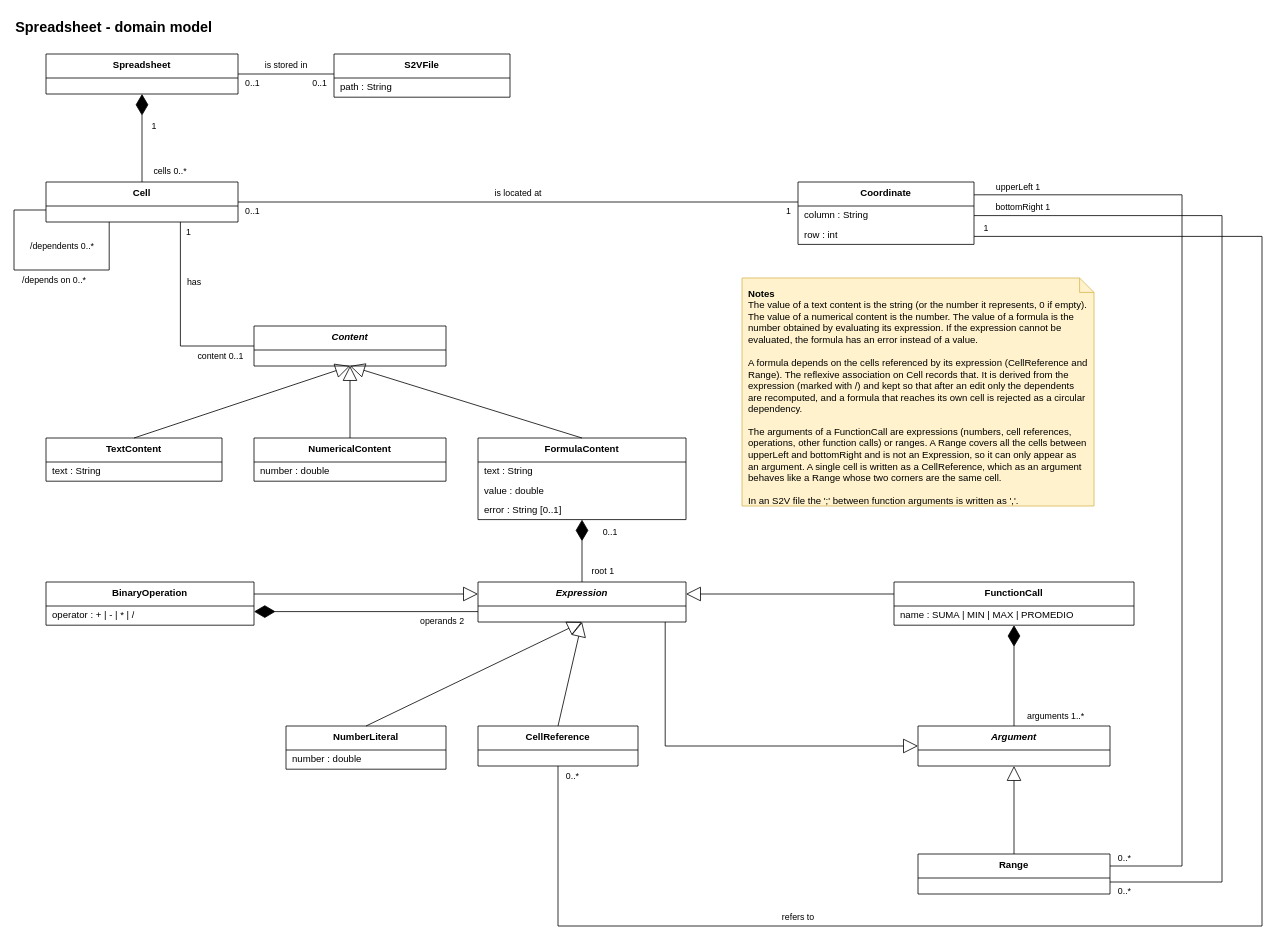
The draw.io diagram docs/domain-model.drawio in kamanfung-upc/softeng-project, before the edit. Source tidied: cells renumbered, new cells numbered last; positions are measured from the earlier drawing's top-left corner, leaving out a move shared by most shapes. Both pictures are drawn from the tidied source at 80%, with x=0, y=0 at pixel (14, 14).
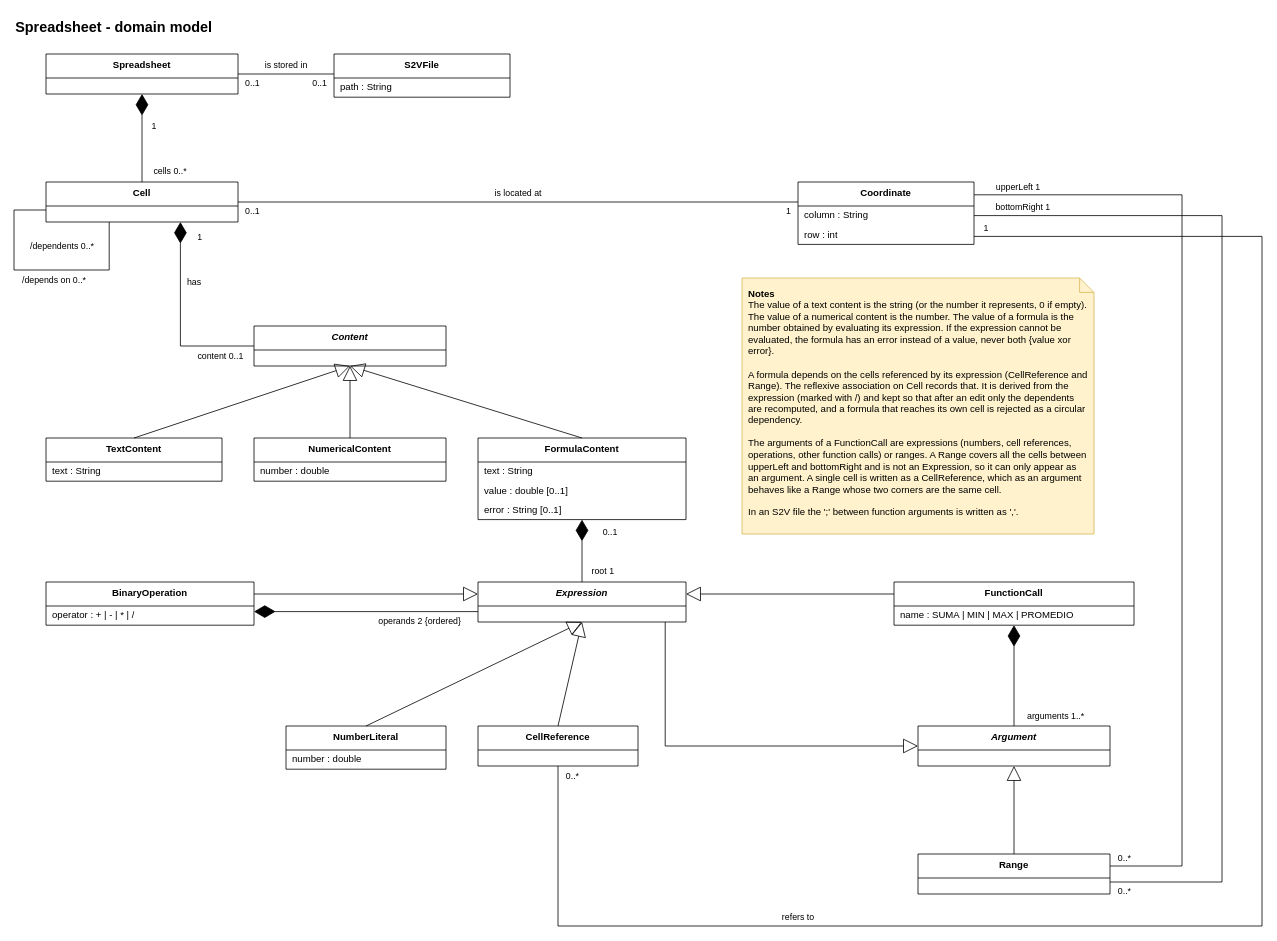
Above is the later version.

Unchanged cells that the change refers to:
```xml
<mxCell id="6" value="Cell" style="swimlane;fontStyle=1;align=center;verticalAlign=top;horizontal=1;startSize=30;html=1;whiteSpace=wrap;" parent="1" vertex="1">
  <mxGeometry x="40" y="210" width="240" height="50" as="geometry" />
</mxCell>
<mxCell id="10" value="&lt;i&gt;Content&lt;/i&gt;" style="swimlane;fontStyle=1;align=center;verticalAlign=top;horizontal=1;startSize=30;html=1;whiteSpace=wrap;" parent="1" vertex="1">
  <mxGeometry x="300" y="390" width="240" height="50" as="geometry" />
</mxCell>
<mxCell id="15" value="FormulaContent" style="swimlane;fontStyle=1;align=center;verticalAlign=top;horizontal=1;startSize=30;html=1;whiteSpace=wrap;" parent="1" vertex="1">
  <mxGeometry x="580" y="530" width="260" height="102" as="geometry" />
</mxCell>
```

Change to the diagram source:
```diff
@@
-    <mxCell id="17" value="value : double" style="text;strokeColor=none;fillColor=none;align=left;verticalAlign=middle;spacingLeft=6;spacingRight=4;overflow=hidden;whiteSpace=wrap;html=1;" parent="15" vertex="1">
+    <mxCell id="17" value="value : double [0..1]" style="text;strokeColor=none;fillColor=none;align=left;verticalAlign=middle;spacingLeft=6;spacingRight=4;overflow=hidden;whiteSpace=wrap;html=1;" parent="15" vertex="1">
       <mxGeometry y="54" width="260" height="24" as="geometry" />
     </mxCell>
@@
-    <mxCell id="40" style="endArrow=none;html=1;rounded=0;exitX=0.7;exitY=1.0;exitDx=0;exitDy=0;entryX=0.0;entryY=0.5;entryDx=0;entryDy=0;" parent="1" edge="1" source="6" target="10">
+    <mxCell id="40" style="endArrow=none;startArrow=diamondThin;startFill=1;startSize=24;html=1;rounded=0;exitX=0.7;exitY=1.0;exitDx=0;exitDy=0;entryX=0.0;entryY=0.5;entryDx=0;entryDy=0;" parent="1" edge="1" source="6" target="10">
       <mxGeometry relative="1" as="geometry">
         <Array as="points">
           <mxPoint x="208" y="415" />
         </Array>
       </mxGeometry>
     </mxCell>
@@
     <mxCell id="42" value="1" style="text;html=1;strokeColor=none;fillColor=none;align=center;verticalAlign=middle;fontSize=11;" parent="1" vertex="1">
-      <mxGeometry x="208" y="265" width="20" height="16" as="geometry" />
+      <mxGeometry x="222" y="271" width="20" height="16" as="geometry" />
     </mxCell>
@@
-    <mxCell id="58" value="operands 2" style="text;html=1;strokeColor=none;fillColor=none;align=center;verticalAlign=middle;fontSize=11;" parent="1" vertex="1">
-      <mxGeometry x="495" y="751" width="80" height="16" as="geometry" />
+    <mxCell id="58" value="operands 2 {ordered}" style="text;html=1;strokeColor=none;fillColor=none;align=center;verticalAlign=middle;fontSize=11;" parent="1" vertex="1">
+      <mxGeometry x="442" y="751" width="130" height="16" as="geometry" />
     </mxCell>
@@
-    <mxCell id="73" value="&lt;b&gt;Notes&lt;/b&gt;&lt;br&gt;The value of a text content is the string (or the number it represents, 0 if empty). The value of a numerical content is the number. The value of a formula is the number obtained by evaluating its expression. If the expression cannot be evaluated, the formula has an error instead of a value.&lt;br&gt;&lt;br&gt;A formula depends on the cells referenced by its expression (CellReference and Range). The reflexive association on Cell records that. It is derived from the expression (marked with /) and kept so that after an edit only the dependents are recomputed, and a formula that reaches its own cell is rejected as a circular dependency.&lt;br&gt;&lt;br&gt;The arguments of a FunctionCall are expressions (numbers, cell references, operations, other function calls) or ranges. A Range covers all the cells between upperLeft and bottomRight and is not an Expression, so it can only appear as an argument. A single cell is written as a CellReference, which as an argument behaves like a Range whose two corners are the same cell.&lt;br&gt;&lt;br&gt;In an S2V file the ';' between function arguments is written as ','." style="shape=note;whiteSpace=wrap;html=1;align=left;verticalAlign=top;spacing=8;size=18;fillColor=#fff2cc;strokeColor=#d6b656;" parent="1" vertex="1">
-      <mxGeometry x="910" y="330" width="440" height="285" as="geometry" />
+    <mxCell id="73" value="&lt;b&gt;Notes&lt;/b&gt;&lt;br&gt;The value of a text content is the string (or the number it represents, 0 if empty). The value of a numerical content is the number. The value of a formula is the number obtained by evaluating its expression. If the expression cannot be evaluated, the formula has an error instead of a value, never both {value xor error}.&lt;br&gt;&lt;br&gt;A formula depends on the cells referenced by its expression (CellReference and Range). The reflexive association on Cell records that. It is derived from the expression (marked with /) and kept so that after an edit only the dependents are recomputed, and a formula that reaches its own cell is rejected as a circular dependency.&lt;br&gt;&lt;br&gt;The arguments of a FunctionCall are expressions (numbers, cell references, operations, other function calls) or ranges. A Range covers all the cells between upperLeft and bottomRight and is not an Expression, so it can only appear as an argument. A single cell is written as a CellReference, which as an argument behaves like a Range whose two corners are the same cell.&lt;br&gt;&lt;br&gt;In an S2V file the ';' between function arguments is written as ','." style="shape=note;whiteSpace=wrap;html=1;align=left;verticalAlign=top;spacing=8;size=18;fillColor=#fff2cc;strokeColor=#d6b656;" parent="1" vertex="1">
+      <mxGeometry x="910" y="330" width="440" height="320" as="geometry" />
     </mxCell>
```
